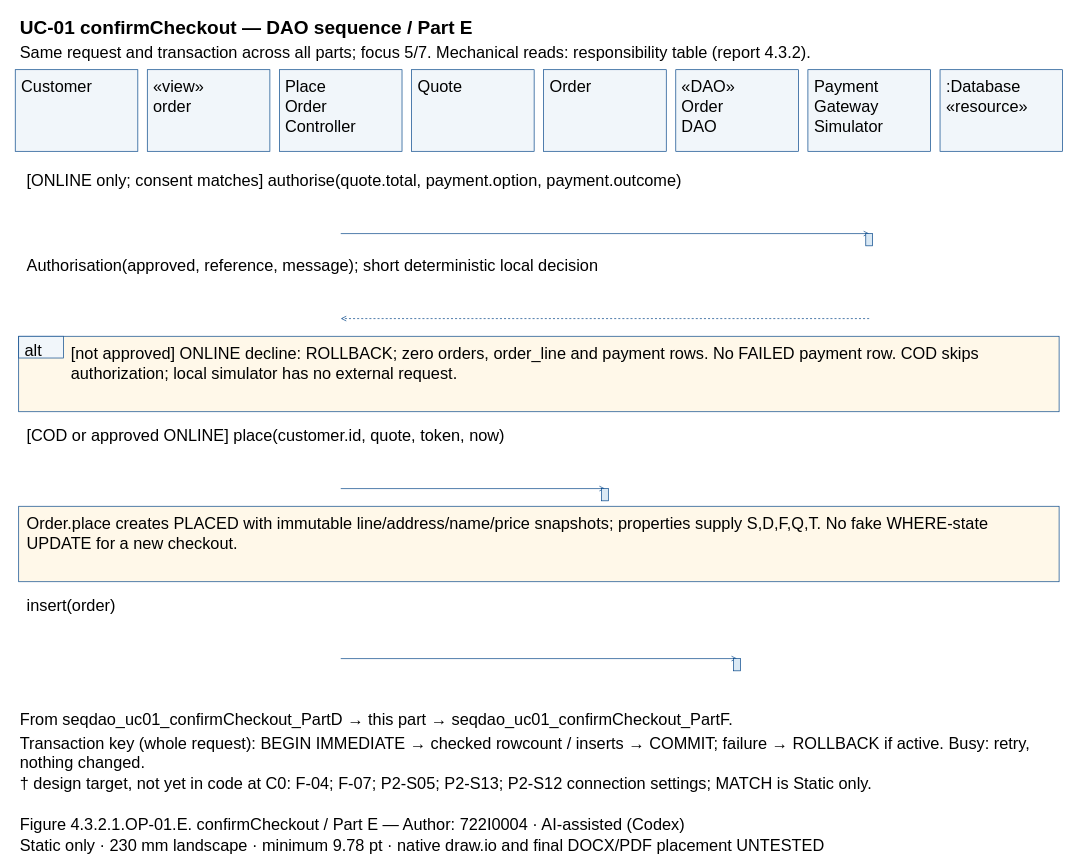
The draw.io diagram models/UC-01/seqdao_uc01_confirmCheckout_PartE.drawio in Dat071104/SaigonBite, before the edit. Source tidied: cells renumbered, new cells numbered last; positions are measured from the earlier drawing's top-left corner, leaving out a move shared by most shapes. Both pictures are drawn from the tidied source at 68%, with x=0, y=0 at pixel (15, 12).
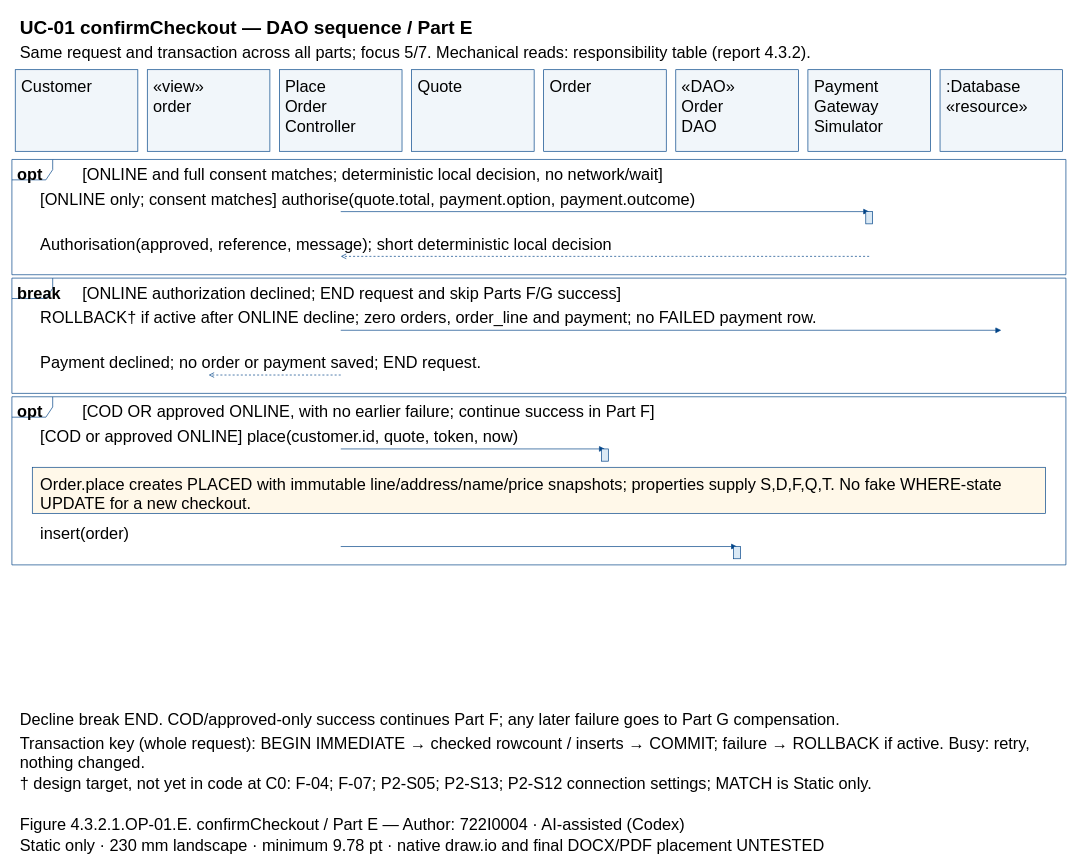
The same page after the edit.

What changed in the source:
```diff
@@
+    <mxCell id="50" style="shape=umlFrame;fillColor=none;strokeColor=#004387;" parent="1" vertex="1">
+      <mxGeometry x="-5" y="217" width="1550" height="169.5" as="geometry" />
+    </mxCell>
+    <mxCell id="51" style="shape=umlFrame;fillColor=none;strokeColor=#004387;" parent="1" vertex="1">
+      <mxGeometry x="-5" y="391.5" width="1550" height="169.5" as="geometry" />
+    </mxCell>
+    <mxCell id="52" style="shape=umlFrame;fillColor=none;strokeColor=#004387;" parent="1" vertex="1">
+      <mxGeometry x="-5" y="566" width="1550" height="247.2" as="geometry" />
+    </mxCell>
@@
-    <mxCell id="17" value="Payment&#10;Gateway&#10;Simulator" style="text;html=0;whiteSpace=wrap;align=left;verticalAlign=top;strokeColor=none;fillColor=none;fontFamily=Arial;fontSize=24;fontStyle=0;" parent="1" vertex="1">
-      <mxGeometry x="1172.6" y="90" width="166.3" height="83.5" as="geometry" />
-    </mxCell>
+    <mxCell id="20" value="Payment&#10;Gateway&#10;Simulator" style="text;html=0;whiteSpace=wrap;align=left;verticalAlign=top;strokeColor=none;fillColor=none;fontFamily=Arial;fontSize=24;fontStyle=0;" parent="1" vertex="1">
+      <mxGeometry x="1172.6" y="90" width="166.3" height="83.5" as="geometry" />
+    </mxCell>
@@
-    <mxCell id="20" value="[ONLINE only; consent matches] authorise(quote.total, payment.option, payment.outcome)" style="text;html=0;whiteSpace=wrap;align=left;verticalAlign=top;strokeColor=none;fillColor=none;fontFamily=Arial;fontSize=24;fontStyle=0;" parent="1" vertex="1">
-      <mxGeometry x="15" y="227" width="1510" height="27.8" as="geometry" />
-    </mxCell>
+    <mxCell id="53" value="opt" style="text;html=0;whiteSpace=wrap;align=left;verticalAlign=top;strokeColor=none;fillColor=none;fontFamily=Arial;fontSize=24;fontStyle=1;" parent="1" vertex="1">
+      <mxGeometry x="1" y="218" width="84" height="27.8" as="geometry" />
+    </mxCell>
+    <mxCell id="54" value="[ONLINE and full consent matches; deterministic local decision, no network/wait]" style="text;html=0;whiteSpace=wrap;align=left;verticalAlign=top;strokeColor=none;fillColor=none;fontFamily=Arial;fontSize=24;fontStyle=0;" parent="1" vertex="1">
+      <mxGeometry x="97" y="218" width="1438" height="27.8" as="geometry" />
+    </mxCell>
+    <mxCell id="55" value="break" style="text;html=0;whiteSpace=wrap;align=left;verticalAlign=top;strokeColor=none;fillColor=none;fontFamily=Arial;fontSize=24;fontStyle=1;" parent="1" vertex="1">
+      <mxGeometry x="1" y="392.5" width="84" height="27.8" as="geometry" />
+    </mxCell>
+    <mxCell id="56" value="[ONLINE authorization declined; END request and skip Parts F/G success]" style="text;html=0;whiteSpace=wrap;align=left;verticalAlign=top;strokeColor=none;fillColor=none;fontFamily=Arial;fontSize=24;fontStyle=0;" parent="1" vertex="1">
+      <mxGeometry x="97" y="392.5" width="1438" height="27.8" as="geometry" />
+    </mxCell>
+    <mxCell id="57" value="opt" style="text;html=0;whiteSpace=wrap;align=left;verticalAlign=top;strokeColor=none;fillColor=none;fontFamily=Arial;fontSize=24;fontStyle=1;" parent="1" vertex="1">
+      <mxGeometry x="1" y="567" width="84" height="27.8" as="geometry" />
+    </mxCell>
+    <mxCell id="58" value="[COD OR approved ONLINE, with no earlier failure; continue success in Part F]" style="text;html=0;whiteSpace=wrap;align=left;verticalAlign=top;strokeColor=none;fillColor=none;fontFamily=Arial;fontSize=24;fontStyle=0;" parent="1" vertex="1">
+      <mxGeometry x="97" y="567" width="1438" height="27.8" as="geometry" />
+    </mxCell>
+    <mxCell id="33" value="[ONLINE only; consent matches] authorise(quote.total, payment.option, payment.outcome)" style="text;html=0;whiteSpace=wrap;align=left;verticalAlign=top;strokeColor=none;fillColor=none;fontFamily=Arial;fontSize=24;fontStyle=0;" parent="1" vertex="1">
+      <mxGeometry x="35" y="254.8" width="1470" height="27.8" as="geometry" />
+    </mxCell>
     <mxCell id="21" style="opacity=0;" parent="1" vertex="1">
-      <mxGeometry x="478.6" y="326" as="geometry" />
+      <mxGeometry x="478.6" y="293.7" as="geometry" />
     </mxCell>
     <mxCell id="22" style="opacity=0;" parent="1" vertex="1">
-      <mxGeometry x="1255.7" y="326" as="geometry" />
+      <mxGeometry x="1255.7" y="293.7" as="geometry" />
     </mxCell>
-    <mxCell id="23" style="edgeStyle=none;endArrow=open;strokeColor=#004387;exitX=0.5;entryX=0.5;exitPerimeter=0;entryPerimeter=0;" parent="1" edge="1" source="21" target="22">
+    <mxCell id="23" style="edgeStyle=none;endArrow=block;endFill=1;strokeColor=#004387;exitX=0.5;entryX=0.5;exitPerimeter=0;entryPerimeter=0;" parent="1" edge="1" source="21" target="22">
       <mxGeometry relative="1" as="geometry" />
     </mxCell>
-    <mxCell id="24" style="fillColor=#DAE9F5;strokeColor=#004387;" parent="1" vertex="1">
-      <mxGeometry x="1250.7" y="326" width="10" height="18" as="geometry" />
-    </mxCell>
+    <mxCell id="37" style="fillColor=#DAE9F5;strokeColor=#004387;" parent="1" vertex="1">
+      <mxGeometry x="1250.7" y="293.7" width="10" height="18" as="geometry" />
+    </mxCell>
     <mxCell id="25" value="Authorisation(approved, reference, message); short deterministic local decision" style="text;html=0;whiteSpace=wrap;align=left;verticalAlign=top;strokeColor=none;fillColor=none;fontFamily=Arial;fontSize=24;fontStyle=0;" parent="1" vertex="1">
-      <mxGeometry x="15" y="352" width="1510" height="27.8" as="geometry" />
+      <mxGeometry x="35" y="320.7" width="1470" height="27.8" as="geometry" />
     </mxCell>
     <mxCell id="26" style="opacity=0;" parent="1" vertex="1">
-      <mxGeometry x="1255.7" y="451" as="geometry" />
+      <mxGeometry x="1255.7" y="359.5" as="geometry" />
     </mxCell>
     <mxCell id="27" style="opacity=0;" parent="1" vertex="1">
-      <mxGeometry x="478.6" y="451" as="geometry" />
+      <mxGeometry x="478.6" y="359.5" as="geometry" />
     </mxCell>
-    <mxCell id="28" style="edgeStyle=none;endArrow=open;strokeColor=#004387;dashed=1;exitX=0.5;entryX=0.5;exitPerimeter=0;entryPerimeter=0;" parent="1" edge="1" source="26" target="27">
+    <mxCell id="28" style="edgeStyle=none;endArrow=open;endFill=0;strokeColor=#004387;dashed=1;exitX=0.5;entryX=0.5;exitPerimeter=0;entryPerimeter=0;" parent="1" edge="1" source="26" target="27">
       <mxGeometry relative="1" as="geometry" />
     </mxCell>
-    <mxCell id="29" style="fillColor=#FFF8E9;strokeColor=#004387;" parent="1" vertex="1">
-      <mxGeometry x="5" y="477" width="1530" height="111" as="geometry" />
-    </mxCell>
-    <mxCell id="30" style="fillColor=#F1F6FA;strokeColor=#004387;" parent="1" vertex="1">
-      <mxGeometry x="5" y="477" width="66" height="32" as="geometry" />
-    </mxCell>
-    <mxCell id="31" value="alt" style="text;html=0;whiteSpace=wrap;align=left;verticalAlign=top;strokeColor=none;fillColor=none;fontFamily=Arial;fontSize=24;fontStyle=0;" parent="1" vertex="1">
-      <mxGeometry x="12" y="477" width="56" height="27.8" as="geometry" />
-    </mxCell>
-    <mxCell id="32" value="[not approved] ONLINE decline: ROLLBACK; zero orders, order_line and payment rows. No FAILED payment row. COD skips&#10;authorization; local simulator has no external request." style="text;html=0;whiteSpace=wrap;align=left;verticalAlign=top;strokeColor=none;fillColor=none;fontFamily=Arial;fontSize=24;fontStyle=0;" parent="1" vertex="1">
-      <mxGeometry x="80" y="482" width="1440" height="55.7" as="geometry" />
-    </mxCell>
-    <mxCell id="33" value="[COD or approved ONLINE] place(customer.id, quote, token, now)" style="text;html=0;whiteSpace=wrap;align=left;verticalAlign=top;strokeColor=none;fillColor=none;fontFamily=Arial;fontSize=24;fontStyle=0;" parent="1" vertex="1">
-      <mxGeometry x="15" y="602" width="1510" height="27.8" as="geometry" />
-    </mxCell>
+    <mxCell id="40" value="ROLLBACK† if active after ONLINE decline; zero orders, order_line and payment; no FAILED payment row." style="text;html=0;whiteSpace=wrap;align=left;verticalAlign=top;strokeColor=none;fillColor=none;fontFamily=Arial;fontSize=24;fontStyle=0;" parent="1" vertex="1">
+      <mxGeometry x="35" y="429.4" width="1470" height="27.8" as="geometry" />
+    </mxCell>
+    <mxCell id="59" style="opacity=0;" parent="1" vertex="1">
+      <mxGeometry x="478.6" y="468.2" as="geometry" />
+    </mxCell>
+    <mxCell id="60" style="opacity=0;" parent="1" vertex="1">
+      <mxGeometry x="1450" y="468.2" as="geometry" />
+    </mxCell>
+    <mxCell id="61" style="edgeStyle=none;endArrow=block;endFill=1;strokeColor=#004387;exitX=0.5;entryX=0.5;exitPerimeter=0;entryPerimeter=0;" parent="1" edge="1" source="59" target="60">
+      <mxGeometry relative="1" as="geometry" />
+    </mxCell>
+    <mxCell id="62" value="Payment declined; no order or payment saved; END request." style="text;html=0;whiteSpace=wrap;align=left;verticalAlign=top;strokeColor=none;fillColor=none;fontFamily=Arial;fontSize=24;fontStyle=0;" parent="1" vertex="1">
+      <mxGeometry x="35" y="495.2" width="1470" height="27.8" as="geometry" />
+    </mxCell>
     <mxCell id="34" style="opacity=0;" parent="1" vertex="1">
-      <mxGeometry x="478.6" y="701" as="geometry" />
+      <mxGeometry x="478.6" y="534" as="geometry" />
     </mxCell>
     <mxCell id="35" style="opacity=0;" parent="1" vertex="1">
-      <mxGeometry x="867.1" y="701" as="geometry" />
+      <mxGeometry x="284.3" y="534" as="geometry" />
     </mxCell>
-    <mxCell id="36" style="edgeStyle=none;endArrow=open;strokeColor=#004387;exitX=0.5;entryX=0.5;exitPerimeter=0;entryPerimeter=0;" parent="1" edge="1" source="34" target="35">
+    <mxCell id="36" style="edgeStyle=none;endArrow=open;endFill=0;strokeColor=#004387;dashed=1;exitX=0.5;entryX=0.5;exitPerimeter=0;entryPerimeter=0;" parent="1" edge="1" source="34" target="35">
       <mxGeometry relative="1" as="geometry" />
     </mxCell>
-    <mxCell id="37" style="fillColor=#DAE9F5;strokeColor=#004387;" parent="1" vertex="1">
-      <mxGeometry x="862.1" y="701" width="10" height="18" as="geometry" />
-    </mxCell>
-    <mxCell id="38" style="fillColor=#FFF8E9;strokeColor=#004387;" parent="1" vertex="1">
-      <mxGeometry x="5" y="727" width="1530" height="111" as="geometry" />
-    </mxCell>
+    <mxCell id="46" value="[COD or approved ONLINE] place(customer.id, quote, token, now)" style="text;html=0;whiteSpace=wrap;align=left;verticalAlign=top;strokeColor=none;fillColor=none;fontFamily=Arial;fontSize=24;fontStyle=0;" parent="1" vertex="1">
+      <mxGeometry x="35" y="603.9" width="1470" height="27.8" as="geometry" />
+    </mxCell>
+    <mxCell id="63" style="opacity=0;" parent="1" vertex="1">
+      <mxGeometry x="478.6" y="642.7" as="geometry" />
+    </mxCell>
+    <mxCell id="64" style="opacity=0;" parent="1" vertex="1">
+      <mxGeometry x="867.1" y="642.7" as="geometry" />
+    </mxCell>
+    <mxCell id="65" style="edgeStyle=none;endArrow=block;endFill=1;strokeColor=#004387;exitX=0.5;entryX=0.5;exitPerimeter=0;entryPerimeter=0;" parent="1" edge="1" source="63" target="64">
+      <mxGeometry relative="1" as="geometry" />
+    </mxCell>
+    <mxCell id="66" style="fillColor=#DAE9F5;strokeColor=#004387;" parent="1" vertex="1">
+      <mxGeometry x="862.1" y="642.7" width="10" height="18" as="geometry" />
+    </mxCell>
+    <mxCell id="67" style="fillColor=#FFF8E9;strokeColor=#004387;" parent="1" vertex="1">
+      <mxGeometry x="25" y="669.7" width="1490" height="67.7" as="geometry" />
+    </mxCell>
     <mxCell id="39" value="Order.place creates PLACED with immutable line/address/name/price snapshots; properties supply S,D,F,Q,T. No fake WHERE-state&#10;UPDATE for a new checkout." style="text;html=0;whiteSpace=wrap;align=left;verticalAlign=top;strokeColor=none;fillColor=none;fontFamily=Arial;fontSize=24;fontStyle=0;" parent="1" vertex="1">
-      <mxGeometry x="15" y="732" width="1510" height="55.7" as="geometry" />
+      <mxGeometry x="35" y="673.7" width="1470" height="55.7" as="geometry" />
     </mxCell>
-    <mxCell id="40" value="insert(order)" style="text;html=0;whiteSpace=wrap;align=left;verticalAlign=top;strokeColor=none;fillColor=none;fontFamily=Arial;fontSize=24;fontStyle=0;" parent="1" vertex="1">
-      <mxGeometry x="15" y="852" width="1510" height="27.8" as="geometry" />
-    </mxCell>
-    <mxCell id="41" style="opacity=0;" parent="1" vertex="1">
-      <mxGeometry x="478.6" y="951" as="geometry" />
-    </mxCell>
-    <mxCell id="42" style="opacity=0;" parent="1" vertex="1">
-      <mxGeometry x="1061.4" y="951" as="geometry" />
-    </mxCell>
-    <mxCell id="43" style="edgeStyle=none;endArrow=open;strokeColor=#004387;exitX=0.5;entryX=0.5;exitPerimeter=0;entryPerimeter=0;" parent="1" edge="1" source="41" target="42">
-      <mxGeometry relative="1" as="geometry" />
-    </mxCell>
-    <mxCell id="44" style="fillColor=#DAE9F5;strokeColor=#004387;" parent="1" vertex="1">
-      <mxGeometry x="1056.4" y="951" width="10" height="18" as="geometry" />
-    </mxCell>
-    <mxCell id="45" value="From seqdao_uc01_confirmCheckout_PartD → this part → seqdao_uc01_confirmCheckout_PartF." style="text;html=0;whiteSpace=wrap;align=left;verticalAlign=top;strokeColor=none;fillColor=none;fontFamily=Arial;fontSize=24;fontStyle=0;" parent="1" vertex="1">
-      <mxGeometry x="5" y="1020" width="1530" height="27.8" as="geometry" />
-    </mxCell>
-    <mxCell id="46" value="Transaction key (whole request): BEGIN IMMEDIATE → checked rowcount / inserts → COMMIT; failure → ROLLBACK if active. Busy: retry,&#10;nothing changed." style="text;html=0;whiteSpace=wrap;align=left;verticalAlign=top;strokeColor=none;fillColor=none;fontFamily=Arial;fontSize=24;fontStyle=0;" parent="1" vertex="1">
-      <mxGeometry x="5" y="1055" width="1530" height="55.7" as="geometry" />
-    </mxCell>
+    <mxCell id="68" value="insert(order)" style="text;html=0;whiteSpace=wrap;align=left;verticalAlign=top;strokeColor=none;fillColor=none;fontFamily=Arial;fontSize=24;fontStyle=0;" parent="1" vertex="1">
+      <mxGeometry x="35" y="747.4" width="1470" height="27.8" as="geometry" />
+    </mxCell>
+    <mxCell id="69" style="opacity=0;" parent="1" vertex="1">
+      <mxGeometry x="478.6" y="786.2" as="geometry" />
+    </mxCell>
+    <mxCell id="70" style="opacity=0;" parent="1" vertex="1">
+      <mxGeometry x="1061.4" y="786.2" as="geometry" />
+    </mxCell>
+    <mxCell id="71" style="edgeStyle=none;endArrow=block;endFill=1;strokeColor=#004387;exitX=0.5;entryX=0.5;exitPerimeter=0;entryPerimeter=0;" parent="1" edge="1" source="69" target="70">
+      <mxGeometry relative="1" as="geometry" />
+    </mxCell>
+    <mxCell id="72" style="fillColor=#DAE9F5;strokeColor=#004387;" parent="1" vertex="1">
+      <mxGeometry x="1056.4" y="786.2" width="10" height="18" as="geometry" />
+    </mxCell>
+    <mxCell id="73" value="Decline break END. COD/approved-only success continues Part F; any later failure goes to Part G compensation." style="text;html=0;whiteSpace=wrap;align=left;verticalAlign=top;strokeColor=none;fillColor=none;fontFamily=Arial;fontSize=24;fontStyle=0;" parent="1" vertex="1">
+      <mxGeometry x="5" y="1020" width="1530" height="27.8" as="geometry" />
+    </mxCell>
+    <mxCell id="74" value="Transaction key (whole request): BEGIN IMMEDIATE → checked rowcount / inserts → COMMIT; failure → ROLLBACK if active. Busy: retry,&#10;nothing changed." style="text;html=0;whiteSpace=wrap;align=left;verticalAlign=top;strokeColor=none;fillColor=none;fontFamily=Arial;fontSize=24;fontStyle=0;" parent="1" vertex="1">
+      <mxGeometry x="5" y="1055" width="1530" height="55.7" as="geometry" />
+    </mxCell>
```
